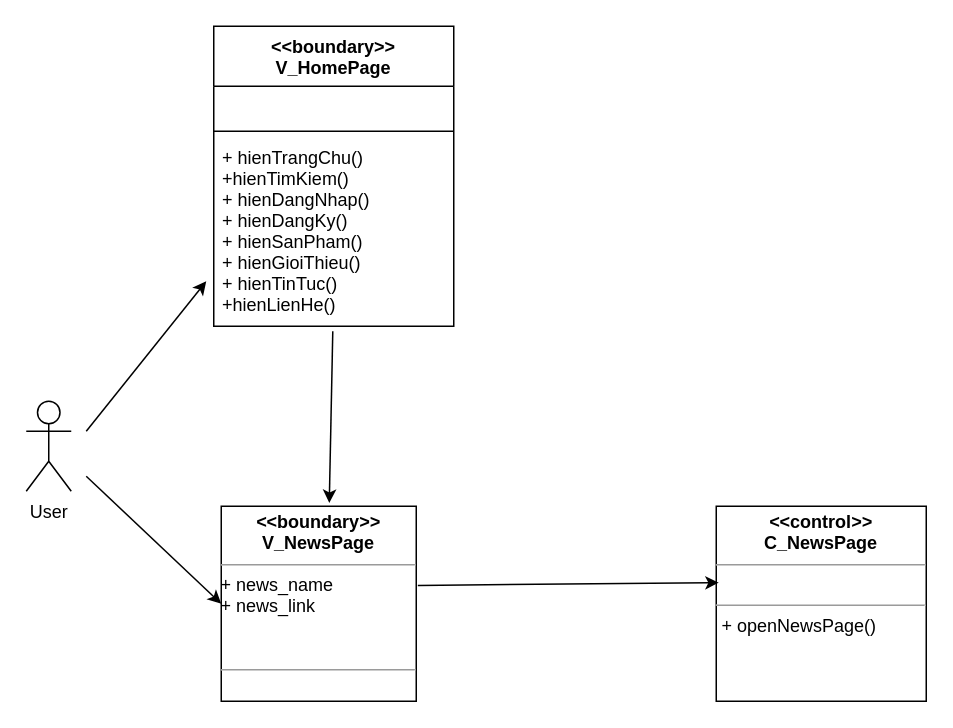
hoangminh15/PTTKHT keeps this draw.io diagram as Class/Duy's ClassUC/XemTrangTinTuc.drawio. Above is the earlier version. Source tidied: cells renumbered, new cells numbered last; positions are measured from the earlier drawing's top-left corner, leaving out a move shared by most shapes. Both pictures are drawn from the tidied source at 150%, with x=0, y=0 at pixel (26, 26).
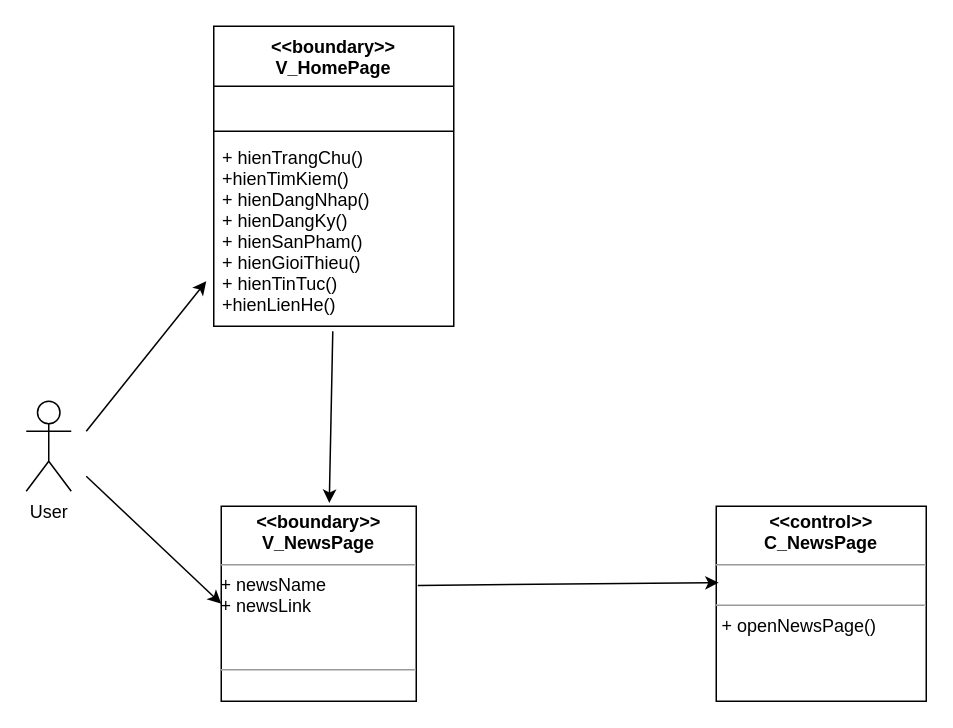
Above is the later version.

The edit, as a diff of the source:
```diff
@@
 <mxGraphModel>
   <root>
     <mxCell id="0" />
     <mxCell id="1" parent="0" />
     <mxCell id="2" value="User" style="shape=umlActor;verticalLabelPosition=bottom;verticalAlign=top;html=1;" parent="1" vertex="1">
       <mxGeometry y="250" width="30" height="60" as="geometry" />
     </mxCell>
-    <mxCell id="3" value="&lt;p style=&quot;margin: 0px ; margin-top: 4px ; text-align: center&quot;&gt;&lt;b&gt;&lt;i&gt;&amp;lt;&lt;/i&gt;&amp;lt;boundary&lt;i&gt;&amp;gt;&amp;gt;&lt;/i&gt;&lt;br&gt;V_NewsPage&lt;/b&gt;&lt;/p&gt;&lt;hr size=&quot;1&quot;&gt;&lt;div&gt;+ news_name&lt;/div&gt;&lt;div&gt;+ news_link&lt;/div&gt;&lt;div&gt;&lt;br&gt;&lt;/div&gt;&lt;br&gt;&lt;hr size=&quot;1&quot;&gt;&lt;p style=&quot;margin: 0px ; margin-left: 4px&quot;&gt;&lt;br&gt;&lt;/p&gt;" style="verticalAlign=top;align=left;overflow=fill;fontSize=12;fontFamily=Helvetica;html=1;" parent="1" vertex="1">
+    <mxCell id="3" value="&lt;p style=&quot;margin: 0px ; margin-top: 4px ; text-align: center&quot;&gt;&lt;b&gt;&lt;i&gt;&amp;lt;&lt;/i&gt;&amp;lt;boundary&lt;i&gt;&amp;gt;&amp;gt;&lt;/i&gt;&lt;br&gt;V_NewsPage&lt;/b&gt;&lt;/p&gt;&lt;hr size=&quot;1&quot;&gt;&lt;div&gt;+ newsName&lt;/div&gt;&lt;div&gt;+ newsLink&lt;/div&gt;&lt;div&gt;&lt;br&gt;&lt;/div&gt;&lt;br&gt;&lt;hr size=&quot;1&quot;&gt;&lt;p style=&quot;margin: 0px ; margin-left: 4px&quot;&gt;&lt;br&gt;&lt;/p&gt;" style="verticalAlign=top;align=left;overflow=fill;fontSize=12;fontFamily=Helvetica;html=1;" parent="1" vertex="1">
       <mxGeometry x="130" y="320" width="130" height="130" as="geometry" />
     </mxCell>
     <mxCell id="4" value="&lt;p style=&quot;margin: 0px ; margin-top: 4px ; text-align: center&quot;&gt;&lt;b&gt;&lt;i&gt;&amp;lt;&lt;/i&gt;&amp;lt;control&lt;i&gt;&amp;gt;&amp;gt;&lt;/i&gt;&lt;br&gt;C_NewsPage&lt;/b&gt;&lt;/p&gt;&lt;hr size=&quot;1&quot;&gt;&lt;br&gt;&lt;hr size=&quot;1&quot;&gt;&lt;p style=&quot;margin: 0px ; margin-left: 4px&quot;&gt;+ openNewsPage()&lt;br&gt;&lt;br&gt;&lt;/p&gt;" style="verticalAlign=top;align=left;overflow=fill;fontSize=12;fontFamily=Helvetica;html=1;" parent="1" vertex="1">
       <mxGeometry x="460" y="320" width="140" height="130" as="geometry" />
     </mxCell>
     <mxCell id="5" style="endArrow=classic;html=1;exitX=1.008;exitY=0.406;exitDx=0;exitDy=0;exitPerimeter=0;entryX=0.012;entryY=0.392;entryDx=0;entryDy=0;entryPerimeter=0;" parent="1" edge="1" source="3" target="4">
       <mxGeometry relative="1" as="geometry" />
     </mxCell>
     <mxCell id="6" style="endArrow=classic;html=1;entryX=0;entryY=0.5;entryDx=0;entryDy=0;" parent="1" edge="1" target="3">
       <mxGeometry relative="1" as="geometry">
         <mxPoint x="40" y="300" as="sourcePoint" />
       </mxGeometry>
     </mxCell>
     <mxCell id="7" value="&lt;&lt;boundary&gt;&gt;&#10;V_HomePage" style="swimlane;fontStyle=1;align=center;verticalAlign=top;horizontal=1;startSize=40;" parent="1" vertex="1">
       <mxGeometry x="125" width="160" height="200" as="geometry" />
     </mxCell>
     <mxCell id="8" value="  " style="text;strokeColor=none;fillColor=none;align=left;verticalAlign=top;spacingLeft=4;spacingRight=4;overflow=hidden;" parent="7" vertex="1">
       <mxGeometry y="40" width="160" height="26" as="geometry" />
     </mxCell>
     <mxCell id="9" style="line;strokeWidth=1;fillColor=none;align=left;verticalAlign=middle;spacingTop=-1;spacingLeft=3;spacingRight=3;labelPosition=right;" parent="7" vertex="1">
       <mxGeometry y="66" width="160" height="8" as="geometry" />
     </mxCell>
     <mxCell id="10" value="+ hienTrangChu()&#10;+hienTimKiem()&#10;+ hienDangNhap()&#10;+ hienDangKy()&#10;+ hienSanPham()&#10;+ hienGioiThieu()&#10;+ hienTinTuc()&#10;+hienLienHe()" style="text;strokeColor=none;fillColor=none;align=left;verticalAlign=top;spacingLeft=4;spacingRight=4;overflow=hidden;points=[[0,0.5],[1,0.5]];portConstraint=eastwest;" parent="7" vertex="1">
       <mxGeometry y="74" width="160" height="126" as="geometry" />
     </mxCell>
     <mxCell id="11" style="endArrow=classic;html=1;" parent="1" edge="1">
       <mxGeometry relative="1" as="geometry">
         <mxPoint x="40" y="270" as="sourcePoint" />
         <mxPoint x="120" y="170" as="targetPoint" />
       </mxGeometry>
     </mxCell>
     <mxCell id="12" style="endArrow=classic;html=1;entryX=0.554;entryY=-0.017;entryDx=0;entryDy=0;exitX=0.496;exitY=1.027;exitDx=0;exitDy=0;exitPerimeter=0;entryPerimeter=0;" parent="1" edge="1" source="10" target="3">
       <mxGeometry relative="1" as="geometry" />
     </mxCell>
   </root>
 </mxGraphModel>
```
